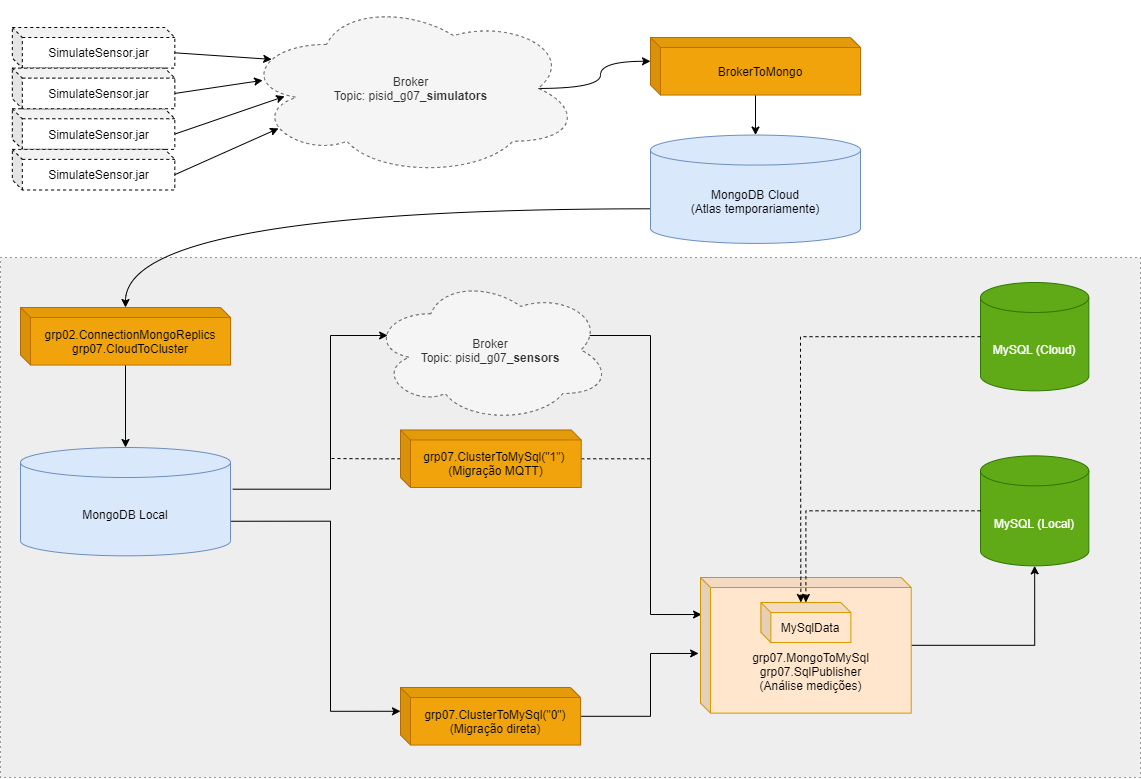
gui-ant/psid keeps this draw.io diagram as java-app/app-scheme.png. Above is the earlier version. Source tidied: cells renumbered, new cells last; positions are measured from the earlier drawing's top-left corner, leaving out a move shared by most shapes.
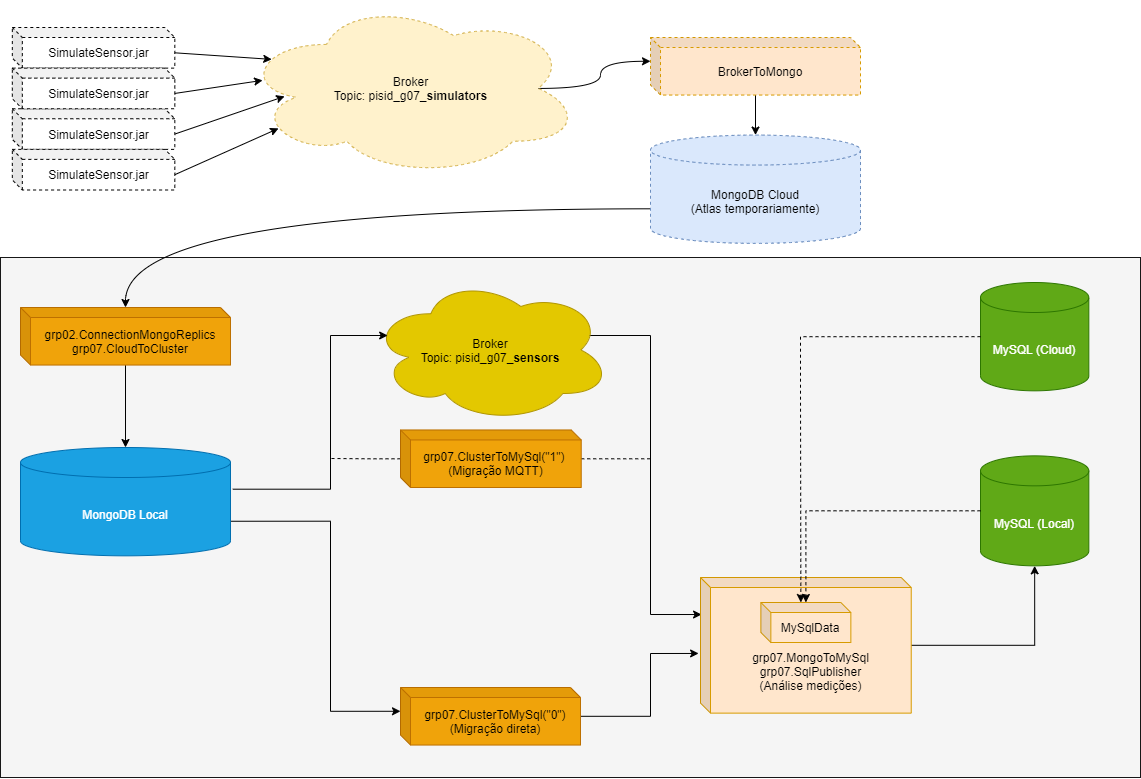
The same file after the commit.

Diff of the diagram source:
```diff
@@ -2,7 +2,7 @@
   <root>
     <mxCell id="0" />
     <mxCell id="1" parent="0" />
-    <mxCell id="2" style="rounded=0;whiteSpace=wrap;html=1;dashed=1;dashPattern=1 4;fillColor=#eeeeee;strokeColor=#36393d;" parent="1" vertex="1">
+    <mxCell id="2" style="rounded=0;whiteSpace=wrap;html=1;fontColor=#333333;fillColor=#f5f5f5;strokeColor=#171717;" parent="1" vertex="1">
       <mxGeometry y="257" width="1140" height="520" as="geometry" />
     </mxCell>
     <mxCell id="3" style="edgeStyle=orthogonalEdgeStyle;rounded=0;jettySize=auto;html=1;exitDx=0;exitDy=0;exitPerimeter=0;entryDx=0;entryDy=23.776435185185186;entryPerimeter=0;curved=1;exitX=0.875;exitY=0.5;entryX=0;entryY=0;" parent="1" edge="1" source="4" target="30">
@@ -13,7 +13,7 @@
         </Array>
       </mxGeometry>
     </mxCell>
-    <mxCell id="4" value="Broker&lt;br&gt;Topic: pisid_g07_&lt;b&gt;simulators&lt;/b&gt;" style="ellipse;shape=cloud;whiteSpace=wrap;html=1;dashed=1;fillColor=#f5f5f5;strokeColor=#666666;fontColor=#333333;" parent="1" vertex="1">
+    <mxCell id="4" value="Broker&lt;br&gt;Topic: pisid_g07_&lt;b&gt;simulators&lt;/b&gt;" style="ellipse;shape=cloud;whiteSpace=wrap;html=1;dashed=1;fillColor=#fff2cc;strokeColor=#d6b656;" parent="1" vertex="1">
       <mxGeometry x="241.5" y="-0.1" width="338.5" height="176" as="geometry" />
     </mxCell>
     <mxCell id="5" value="SimulateSensor.jar" style="shape=cube;whiteSpace=wrap;html=1;boundedLbl=1;backgroundOutline=1;darkOpacity=0.05;darkOpacity2=0.1;dashed=1;size=10;" parent="1" vertex="1">
@@ -59,7 +59,7 @@
         </Array>
       </mxGeometry>
     </mxCell>
-    <mxCell id="16" value="Broker&lt;br&gt;Topic: pisid_g07_&lt;b&gt;sensors&lt;/b&gt;" style="ellipse;shape=cloud;whiteSpace=wrap;html=1;dashed=1;fillColor=#f5f5f5;strokeColor=#666666;fontColor=#333333;" parent="1" vertex="1">
+    <mxCell id="16" value="Broker&lt;br&gt;Topic: pisid_g07_&lt;b&gt;sensors&lt;/b&gt;" style="ellipse;shape=cloud;whiteSpace=wrap;html=1;fillColor=#e3c800;strokeColor=#B09500;fontColor=#000000;" parent="1" vertex="1">
       <mxGeometry x="370.4" y="277" width="240" height="145" as="geometry" />
     </mxCell>
     <mxCell id="17" style="edgeStyle=orthogonalEdgeStyle;rounded=0;jettySize=auto;html=1;dashed=1;endArrow=none;endFill=0;" parent="1" edge="1" source="19">
@@ -128,13 +128,13 @@
     <mxCell id="29" style="edgeStyle=orthogonalEdgeStyle;rounded=0;jettySize=auto;html=1;curved=1;entryX=0.5;entryY=0;entryDx=0;entryDy=0;entryPerimeter=0;" parent="1" edge="1" source="30" target="31">
       <mxGeometry relative="1" as="geometry" />
     </mxCell>
-    <mxCell id="30" value="BrokerToMongo" style="shape=cube;whiteSpace=wrap;html=1;boundedLbl=1;backgroundOutline=1;darkOpacity=0.05;darkOpacity2=0.1;size=10;fillColor=#f0a30a;strokeColor=#BD7000;fontColor=#000000;" parent="1" vertex="1">
+    <mxCell id="30" value="BrokerToMongo" style="shape=cube;whiteSpace=wrap;html=1;boundedLbl=1;backgroundOutline=1;darkOpacity=0.05;darkOpacity2=0.1;size=10;fillColor=#ffe6cc;strokeColor=#d79b00;dashed=1;" parent="1" vertex="1">
       <mxGeometry x="650" y="37" width="210" height="57.6" as="geometry" />
     </mxCell>
-    <mxCell id="31" value="MongoDB Cloud&lt;br&gt;(Atlas temporariamente)" style="shape=cylinder3;whiteSpace=wrap;html=1;boundedLbl=1;backgroundOutline=1;size=15;fillColor=#dae8fc;strokeColor=#6c8ebf;" parent="1" vertex="1">
+    <mxCell id="31" value="MongoDB Cloud&lt;br&gt;(Atlas temporariamente)" style="shape=cylinder3;whiteSpace=wrap;html=1;boundedLbl=1;backgroundOutline=1;size=15;fillColor=#dae8fc;strokeColor=#6c8ebf;dashed=1;" parent="1" vertex="1">
       <mxGeometry x="650" y="134.6" width="210" height="108.3" as="geometry" />
     </mxCell>
-    <mxCell id="32" value="MongoDB Local" style="shape=cylinder3;whiteSpace=wrap;html=1;boundedLbl=1;backgroundOutline=1;size=15;fillColor=#dae8fc;strokeColor=#6c8ebf;" parent="1" vertex="1">
+    <mxCell id="32" value="MongoDB Local" style="shape=cylinder3;whiteSpace=wrap;html=1;boundedLbl=1;backgroundOutline=1;size=15;fillColor=#1ba1e2;strokeColor=#006EAF;fontColor=#ffffff;" parent="1" vertex="1">
       <mxGeometry x="20" y="447" width="210" height="108.3" as="geometry" />
     </mxCell>
     <mxCell id="33" style="edgeStyle=orthogonalEdgeStyle;curved=1;rounded=0;jettySize=auto;html=1;entryX=0.5;entryY=0;entryDx=0;entryDy=0;entryPerimeter=0;" parent="1" edge="1" source="34" target="32">
```
